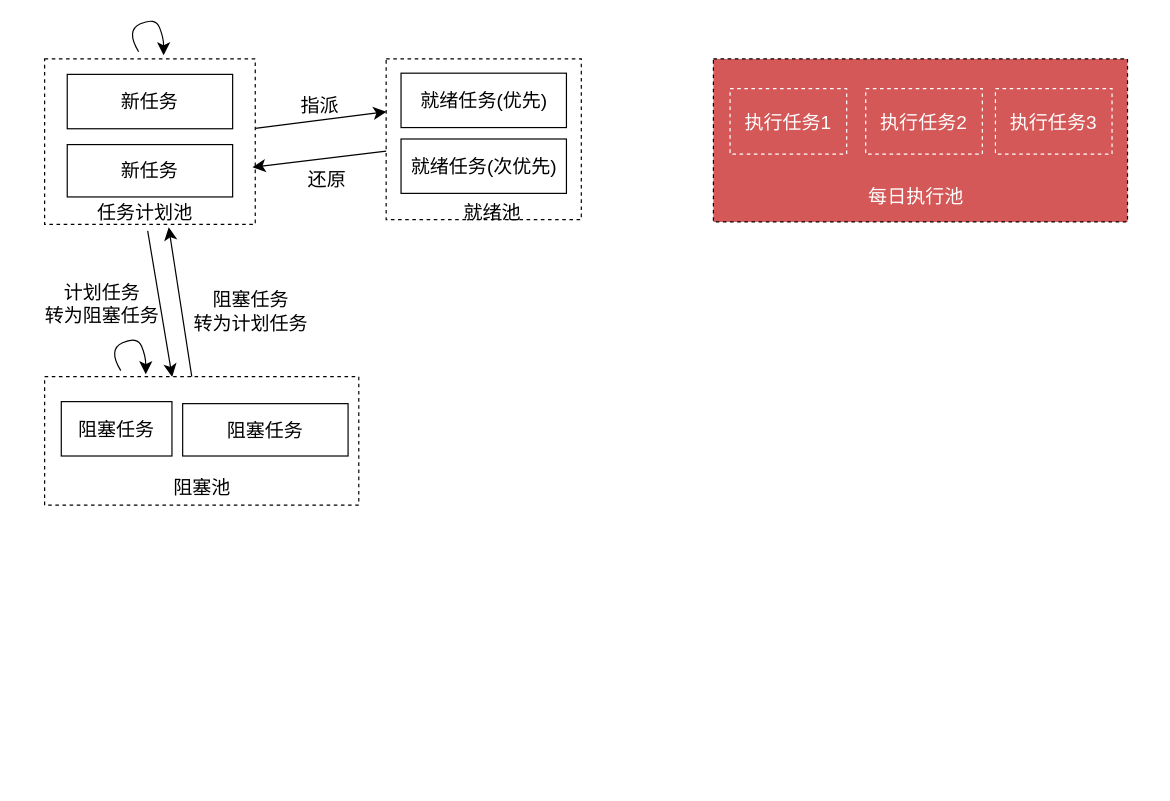
This is page "任务流转过程" (3 of 4) of 任务池.drawio from YeeChouLee/drawRepos, a draw.io file, before an edit. Source tidied: cells renumbered, new cells numbered last; positions are measured from the earlier drawing's top-left corner, leaving out a move shared by most shapes. Both pictures are drawn from the tidied source at 119%, with x=0, y=0 at pixel (33, 17).
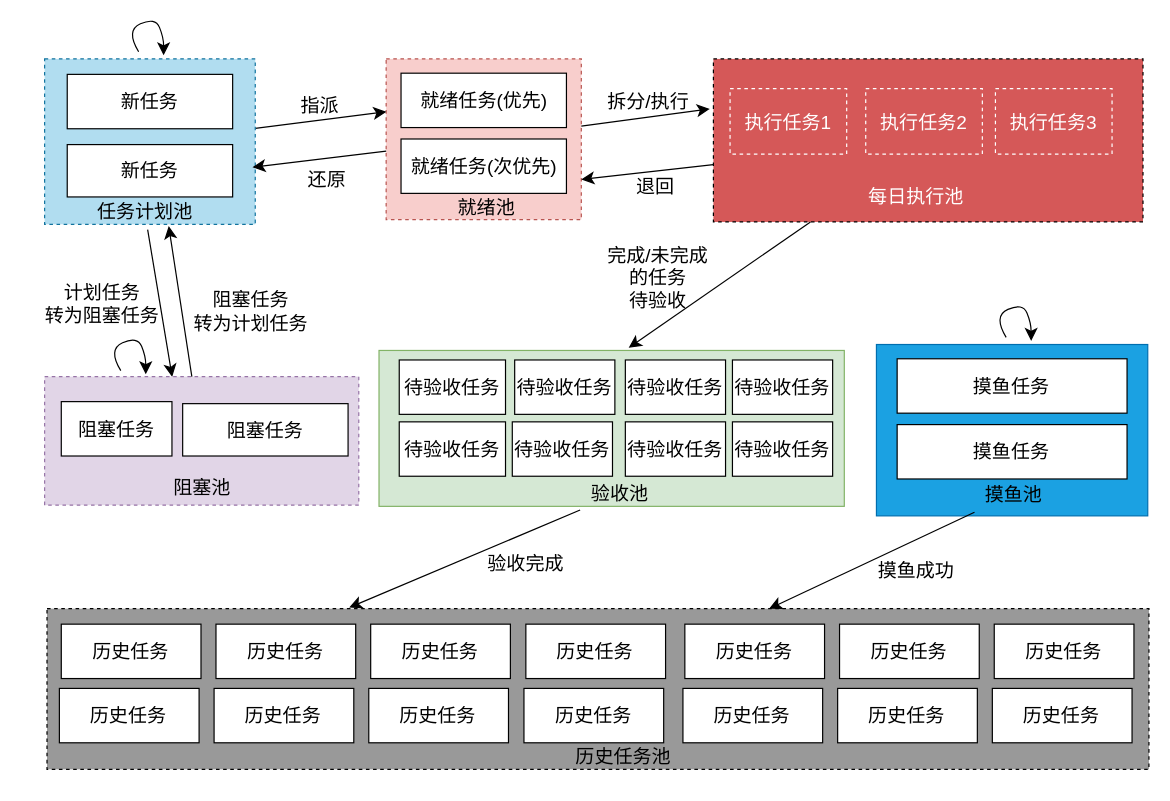
After the change.

Unchanged cells that the change refers to:
```xml
<mxCell id="2" style="group;" parent="1" vertex="1">
  <mxGeometry x="296" y="35" width="164" height="135" as="geometry" />
</mxCell>
<mxCell id="24" style="group;" parent="1" vertex="1">
  <mxGeometry x="9" y="297" width="264" height="113" as="geometry" />
</mxCell>
```

Change to the diagram source:
```diff
@@
-    <mxCell id="3" style="whiteSpace=wrap;html=1;fontSize=16;dashed=1;" parent="2" vertex="1">
+    <mxCell id="3" style="whiteSpace=wrap;html=1;fontSize=16;dashed=1;fillColor=#f8cecc;strokeColor=#b85450;" parent="2" vertex="1">
       <mxGeometry width="164" height="135" as="geometry" />
     </mxCell>
     <mxCell id="4" value="就绪池" style="text;html=1;align=center;verticalAlign=middle;strokeColor=none;fillColor=none;fontSize=16;" parent="2" vertex="1">
-      <mxGeometry x="55.7" y="113" width="66" height="31" as="geometry" />
+      <mxGeometry x="50.7" y="109" width="66" height="31" as="geometry" />
     </mxCell>
@@
-    <mxCell id="8" style="rounded=0;whiteSpace=wrap;html=1;fontSize=16;dashed=1;" parent="1" vertex="1">
+    <mxCell id="8" style="rounded=0;whiteSpace=wrap;html=1;fontSize=16;dashed=1;fillColor=#b1ddf0;strokeColor=#10739e;" parent="1" vertex="1">
       <mxGeometry x="9" y="35" width="177" height="139" as="geometry" />
     </mxCell>
@@
     <mxCell id="10" value="任务计划池" style="text;html=1;align=center;verticalAlign=middle;points=[];strokeColor=none;fillColor=none;fontSize=16;" parent="1" vertex="1">
-      <mxGeometry x="44" y="148.5" width="98" height="31" as="geometry" />
+      <mxGeometry x="44" y="147.5" width="98" height="31" as="geometry" />
     </mxCell>
@@
     <mxCell id="16" style="group;fillColor=#D55858;fillStyle=auto;" parent="1" vertex="1">
-      <mxGeometry x="571" y="35" width="348" height="137" as="geometry" />
+      <mxGeometry x="571" y="35" width="361" height="137" as="geometry" />
     </mxCell>
     <mxCell id="17" style="whiteSpace=wrap;html=1;fontSize=16;dashed=1;gradientColor=none;gradientDirection=radial;fillColor=none;" parent="16" vertex="1">
-      <mxGeometry width="348" height="137" as="geometry" />
+      <mxGeometry width="361" height="137" as="geometry" />
     </mxCell>
@@
-    <mxCell id="25" style="whiteSpace=wrap;html=1;fontSize=16;dashed=1;" parent="24" vertex="1">
+    <mxCell id="25" style="whiteSpace=wrap;html=1;fontSize=16;dashed=1;fillColor=#e1d5e7;strokeColor=#9673a6;" parent="24" vertex="1">
       <mxGeometry y="5" width="264" height="108" as="geometry" />
     </mxCell>
@@
+    <mxCell id="32" style="edgeStyle=none;curved=1;rounded=0;jettySize=auto;html=1;fontSize=12;startSize=8;endSize=8;" parent="1" edge="1" source="3">
+      <mxGeometry relative="1" as="geometry">
+        <mxPoint x="568" y="77" as="targetPoint" />
+      </mxGeometry>
+    </mxCell>
+    <mxCell id="33" style="edgeStyle=none;curved=1;rounded=0;jettySize=auto;html=1;entryX=1;entryY=0.75;entryDx=0;entryDy=0;fontSize=12;startSize=8;endSize=8;" parent="1" edge="1" source="17" target="3">
+      <mxGeometry relative="1" as="geometry" />
+    </mxCell>
+    <mxCell id="34" value="拆分/执行" style="text;html=1;align=center;verticalAlign=middle;strokeColor=none;fillColor=none;fontSize=16;" parent="1" vertex="1">
+      <mxGeometry x="473" y="55.4" width="86" height="31" as="geometry" />
+    </mxCell>
+    <mxCell id="35" value="退回" style="text;html=1;align=center;verticalAlign=middle;strokeColor=none;fillColor=none;fontSize=16;" parent="1" vertex="1">
+      <mxGeometry x="497" y="126" width="50" height="31" as="geometry" />
+    </mxCell>
+    <mxCell id="36" style="edgeStyle=none;curved=1;rounded=0;jettySize=auto;html=1;entryX=0.538;entryY=0.028;entryDx=0;entryDy=0;entryPerimeter=0;fontSize=12;startSize=8;endSize=8;" parent="1" edge="1" source="17">
+      <mxGeometry relative="1" as="geometry">
+        <mxPoint x="499.8" y="277.8" as="targetPoint" />
+      </mxGeometry>
+    </mxCell>
+    <mxCell id="37" value="完成/未完成&lt;br&gt;的任务&lt;br&gt;待验收" style="text;html=1;align=center;verticalAlign=middle;strokeColor=none;fillColor=none;fontSize=16;" parent="1" vertex="1">
+      <mxGeometry x="473" y="184" width="102" height="70" as="geometry" />
+    </mxCell>
+    <mxCell id="38" style="group;fillColor=#1ba1e2;fontColor=#ffffff;strokeColor=#006EAF;" parent="1" vertex="1">
+      <mxGeometry x="708" y="275" width="228" height="144" as="geometry" />
+    </mxCell>
+    <mxCell id="39" value="摸鱼池" style="text;html=1;align=center;verticalAlign=middle;points=[];strokeColor=none;fillColor=none;fontSize=16;" parent="38" vertex="1">
+      <mxGeometry x="82.4" y="110" width="66" height="31" as="geometry" />
+    </mxCell>
+    <mxCell id="40" value="摸鱼任务" style="whiteSpace=wrap;html=1;fontSize=16;" parent="38" vertex="1">
+      <mxGeometry x="17.4" y="12" width="193.2" height="45.7" as="geometry" />
+    </mxCell>
+    <mxCell id="41" value="摸鱼任务" style="whiteSpace=wrap;html=1;fontSize=16;" parent="38" vertex="1">
+      <mxGeometry x="17.4" y="67.3" width="193.2" height="45.7" as="geometry" />
+    </mxCell>
+    <mxCell id="42" style="group;" parent="1" vertex="1">
+      <mxGeometry x="-11" y="497" width="948" height="144" as="geometry" />
+    </mxCell>
+    <mxCell id="43" style="whiteSpace=wrap;html=1;fontSize=16;dashed=1;fillColor=#999999;" parent="42" vertex="1">
+      <mxGeometry x="22" width="926" height="135" as="geometry" />
+    </mxCell>
+    <mxCell id="44" value="历史任务池" style="text;html=1;align=center;verticalAlign=middle;strokeColor=none;fillColor=none;fontSize=16;" parent="42" vertex="1">
+      <mxGeometry x="456.8" y="108" width="98" height="31" as="geometry" />
+    </mxCell>
+    <mxCell id="45" value="历史任务" style="whiteSpace=wrap;html=1;fontSize=16;" parent="42" vertex="1">
+      <mxGeometry x="34" y="13" width="117.4" height="45.7" as="geometry" />
+    </mxCell>
+    <mxCell id="46" value="历史任务" style="whiteSpace=wrap;html=1;fontSize=16;" parent="42" vertex="1">
+      <mxGeometry x="164" y="13" width="117.4" height="45.7" as="geometry" />
+    </mxCell>
+    <mxCell id="47" value="历史任务" style="whiteSpace=wrap;html=1;fontSize=16;" parent="42" vertex="1">
+      <mxGeometry x="294" y="13" width="117.4" height="45.7" as="geometry" />
+    </mxCell>
+    <mxCell id="48" value="历史任务" style="whiteSpace=wrap;html=1;fontSize=16;" parent="42" vertex="1">
+      <mxGeometry x="424.4" y="13" width="117.4" height="45.7" as="geometry" />
+    </mxCell>
+    <mxCell id="49" value="历史任务" style="whiteSpace=wrap;html=1;fontSize=16;" parent="42" vertex="1">
+      <mxGeometry x="558" y="13" width="117.4" height="45.7" as="geometry" />
+    </mxCell>
+    <mxCell id="50" value="历史任务" style="whiteSpace=wrap;html=1;fontSize=16;" parent="42" vertex="1">
+      <mxGeometry x="688" y="13" width="117.4" height="45.7" as="geometry" />
+    </mxCell>
+    <mxCell id="51" value="历史任务" style="whiteSpace=wrap;html=1;fontSize=16;" parent="42" vertex="1">
+      <mxGeometry x="818" y="13" width="117.4" height="45.7" as="geometry" />
+    </mxCell>
+    <mxCell id="52" value="历史任务" style="whiteSpace=wrap;html=1;fontSize=16;" parent="42" vertex="1">
+      <mxGeometry x="32.4" y="67" width="117.4" height="45.7" as="geometry" />
+    </mxCell>
+    <mxCell id="53" value="历史任务" style="whiteSpace=wrap;html=1;fontSize=16;" parent="42" vertex="1">
+      <mxGeometry x="162.4" y="67" width="117.4" height="45.7" as="geometry" />
+    </mxCell>
+    <mxCell id="54" value="历史任务" style="whiteSpace=wrap;html=1;fontSize=16;" parent="42" vertex="1">
+      <mxGeometry x="292.4" y="67" width="117.4" height="45.7" as="geometry" />
+    </mxCell>
+    <mxCell id="55" value="历史任务" style="whiteSpace=wrap;html=1;fontSize=16;" parent="42" vertex="1">
+      <mxGeometry x="422.8" y="67" width="117.4" height="45.7" as="geometry" />
+    </mxCell>
+    <mxCell id="56" value="历史任务" style="whiteSpace=wrap;html=1;fontSize=16;" parent="42" vertex="1">
+      <mxGeometry x="556.4" y="67" width="117.4" height="45.7" as="geometry" />
+    </mxCell>
+    <mxCell id="57" value="历史任务" style="whiteSpace=wrap;html=1;fontSize=16;" parent="42" vertex="1">
+      <mxGeometry x="686.4" y="67" width="117.4" height="45.7" as="geometry" />
+    </mxCell>
+    <mxCell id="58" value="历史任务" style="whiteSpace=wrap;html=1;fontSize=16;" parent="42" vertex="1">
+      <mxGeometry x="816.4" y="67" width="117.4" height="45.7" as="geometry" />
+    </mxCell>
+    <mxCell id="59" style="group;" parent="1" vertex="1">
+      <mxGeometry x="290" y="280" width="391" height="135.7" as="geometry" />
+    </mxCell>
+    <mxCell id="60" style="group;fillColor=#d5e8d4;strokeColor=#82b366;" parent="59" vertex="1">
+      <mxGeometry width="391" height="131" as="geometry" />
+    </mxCell>
+    <mxCell id="61" value="验收池" style="text;html=1;align=center;verticalAlign=middle;points=[];strokeColor=none;fillColor=none;fontSize=16;" parent="59" vertex="1">
+      <mxGeometry x="169" y="104.7" width="66" height="31" as="geometry" />
+    </mxCell>
+    <mxCell id="62" value="待验收任务" style="whiteSpace=wrap;html=1;fontSize=16;" parent="59" vertex="1">
+      <mxGeometry x="17" y="8" width="89.3" height="45.7" as="geometry" />
+    </mxCell>
+    <mxCell id="63" value="待验收任务" style="whiteSpace=wrap;html=1;fontSize=16;" parent="59" vertex="1">
+      <mxGeometry x="114" y="8" width="84.2" height="45.7" as="geometry" />
+    </mxCell>
+    <mxCell id="64" value="待验收任务" style="whiteSpace=wrap;html=1;fontSize=16;" parent="59" vertex="1">
+      <mxGeometry x="207" y="8" width="84.2" height="45.7" as="geometry" />
+    </mxCell>
+    <mxCell id="65" value="待验收任务" style="whiteSpace=wrap;html=1;fontSize=16;" parent="59" vertex="1">
+      <mxGeometry x="17" y="60" width="89.3" height="45.7" as="geometry" />
+    </mxCell>
+    <mxCell id="66" value="待验收任务" style="whiteSpace=wrap;html=1;fontSize=16;" parent="59" vertex="1">
+      <mxGeometry x="112" y="60" width="84.2" height="45.7" as="geometry" />
+    </mxCell>
+    <mxCell id="67" value="待验收任务" style="whiteSpace=wrap;html=1;fontSize=16;" parent="59" vertex="1">
+      <mxGeometry x="207" y="60" width="84.2" height="45.7" as="geometry" />
+    </mxCell>
+    <mxCell id="68" value="待验收任务" style="whiteSpace=wrap;html=1;fontSize=16;" parent="59" vertex="1">
+      <mxGeometry x="297" y="8" width="84.2" height="45.7" as="geometry" />
+    </mxCell>
+    <mxCell id="69" value="待验收任务" style="whiteSpace=wrap;html=1;fontSize=16;" parent="59" vertex="1">
+      <mxGeometry x="297" y="60" width="84.2" height="45.7" as="geometry" />
+    </mxCell>
+    <mxCell id="70" style="edgeStyle=none;curved=1;rounded=0;jettySize=auto;html=1;fontSize=12;startSize=8;endSize=8;" parent="1" edge="1" source="61">
+      <mxGeometry relative="1" as="geometry">
+        <mxPoint x="265" y="496" as="targetPoint" />
+      </mxGeometry>
+    </mxCell>
+    <mxCell id="71" style="edgeStyle=none;curved=1;rounded=0;jettySize=auto;html=1;fontSize=12;startSize=8;endSize=8;" parent="1" edge="1" source="39" target="43">
+      <mxGeometry relative="1" as="geometry" />
+    </mxCell>
+    <mxCell id="72" value="验收完成" style="text;html=1;align=center;verticalAlign=middle;strokeColor=none;fillColor=none;fontSize=16;" parent="1" vertex="1">
+      <mxGeometry x="372" y="443" width="82" height="31" as="geometry" />
+    </mxCell>
+    <mxCell id="73" value="摸鱼成功" style="text;html=1;align=center;verticalAlign=middle;strokeColor=none;fillColor=none;fontSize=16;" parent="1" vertex="1">
+      <mxGeometry x="700" y="449" width="82" height="31" as="geometry" />
+    </mxCell>
+    <mxCell id="74" style="curved=1;endArrow=classic;html=1;rounded=0;fontSize=12;startSize=8;endSize=8;" parent="1" edge="1">
+      <mxGeometry relative="1" as="geometry">
+        <mxPoint x="817" y="269" as="sourcePoint" />
+        <mxPoint x="838" y="272" as="targetPoint" />
+        <Array as="points">
+          <mxPoint x="806" y="251" />
+          <mxPoint x="831" y="240" />
+          <mxPoint x="838" y="257" />
+        </Array>
+      </mxGeometry>
+    </mxCell>
```
